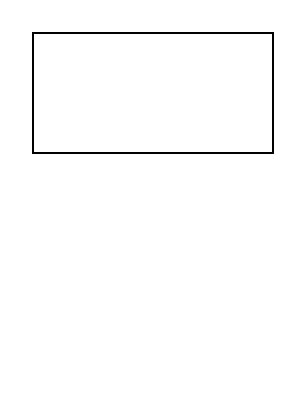
Before: first.drawio in gonorthx/Planet-sheep, a draw.io diagram. Source tidied: cells renumbered, new cells numbered last; positions are measured from the earlier drawing's top-left corner, leaving out a move shared by most shapes. Both pictures are drawn from the tidied source at 200%, with x=0, y=0 at pixel (32, 32).
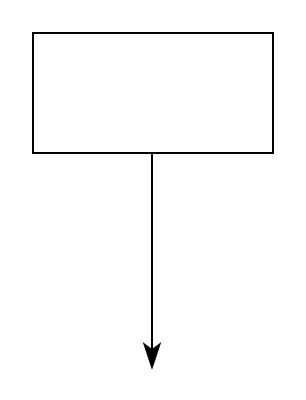
Above is the later version.

The edit, as a diff of the source:
```diff
@@
 <mxGraphModel>
   <root>
     <mxCell id="0" />
     <mxCell id="1" parent="0" />
     <mxCell id="2" style="rounded=0;whiteSpace=wrap;html=1;" parent="1" vertex="1">
       <mxGeometry width="120" height="60" as="geometry" />
     </mxCell>
+    <mxCell id="3" style="endArrow=classicThin;html=1;startArrow=none;startFill=0;endFill=1;endSize=10;jumpSize=7;" parent="1" edge="1">
+      <mxGeometry relative="1" as="geometry">
+        <mxPoint x="59.5" y="60" as="sourcePoint" />
+        <mxPoint x="59.5" y="168" as="targetPoint" />
+      </mxGeometry>
+    </mxCell>
   </root>
 </mxGraphModel>
```
